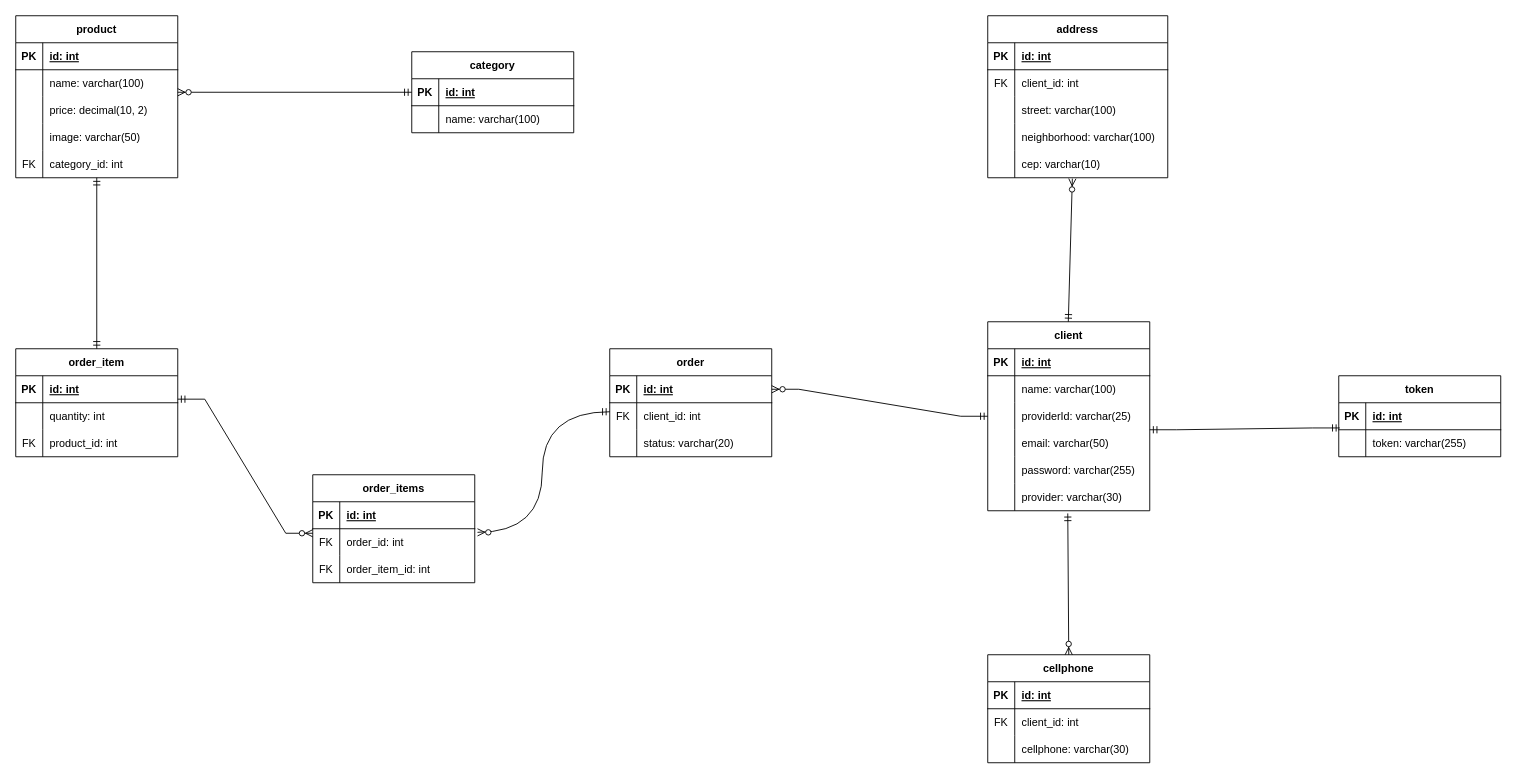
This is docs/ecommerce.drawio from PedroHenrique-git/ecommerce-api, a draw.io file, before an edit. Source tidied: cells renumbered, new cells numbered last; positions are measured from the earlier drawing's top-left corner, leaving out a move shared by most shapes. Both pictures are drawn from the tidied source at 90%, with x=0, y=0 at pixel (15, 15).
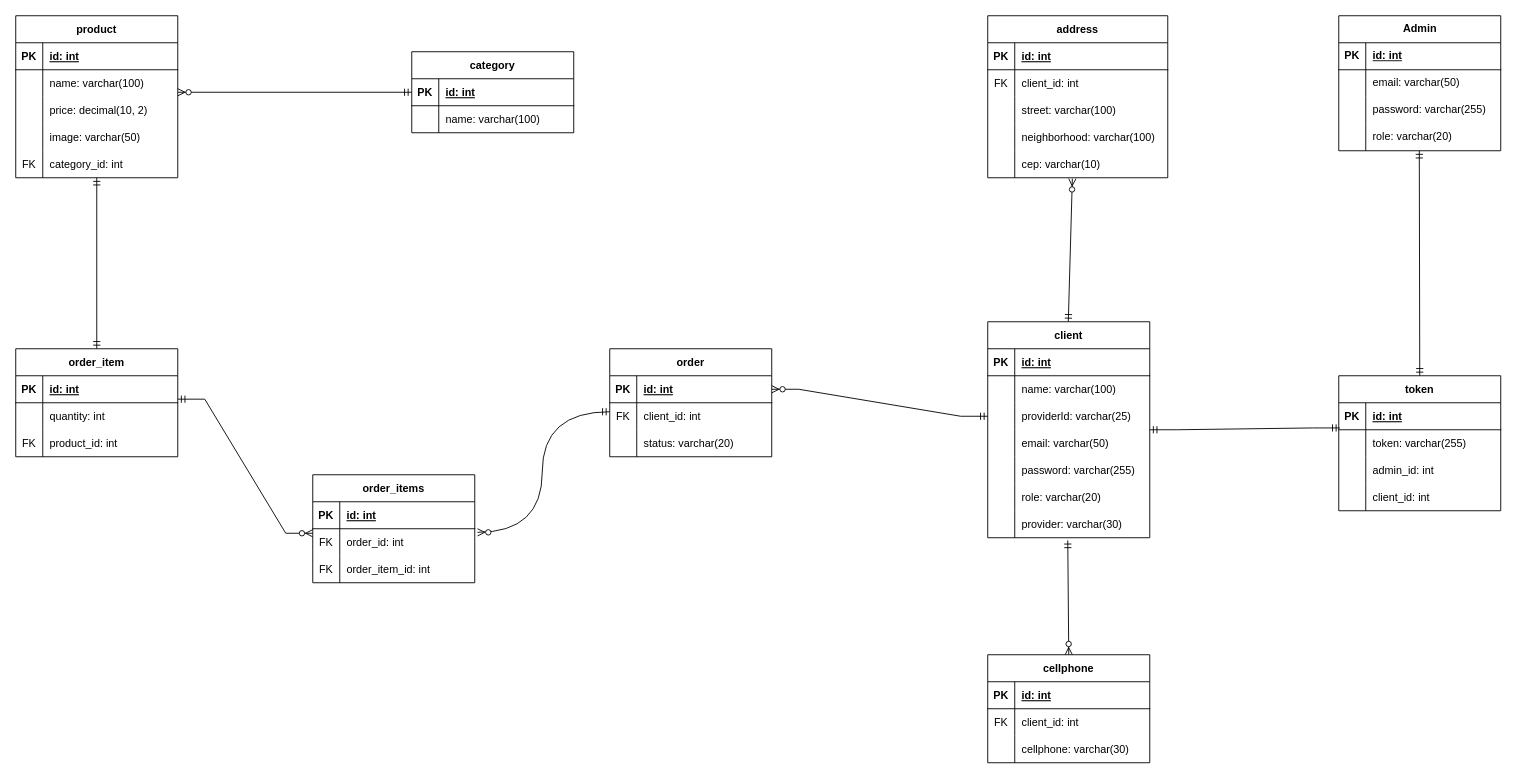
The same diagram, later.

Change to the diagram source:
```diff
@@
     <mxCell id="58" value="client" style="shape=table;startSize=30;childLayout=tableLayout;rowLines=0;fontStyle=1;align=center;" parent="1" vertex="1">
-      <mxGeometry x="1080" y="340" width="180" height="210" as="geometry" />
+      <mxGeometry x="1080" y="340" width="180" height="240" as="geometry" />
     </mxCell>
@@
+    <mxCell id="115" style="shape=tableRow;horizontal=0;startSize=0;swimlaneHead=0;swimlaneBody=0;fillColor=none;top=0;left=0;right=0;bottom=0;" parent="58" vertex="1">
+      <mxGeometry y="180" width="180" height="30" as="geometry" />
+    </mxCell>
+    <mxCell id="116" style="shape=partialRectangle;fillColor=none;top=0;left=0;bottom=0;right=0;overflow=hidden;" parent="115" vertex="1">
+      <mxGeometry width="30" height="30" as="geometry" />
+    </mxCell>
+    <mxCell id="117" value="role: varchar(20)" style="shape=partialRectangle;fillColor=none;top=0;left=0;bottom=0;right=0;align=left;spacingLeft=6;overflow=hidden;" parent="115" vertex="1">
+      <mxGeometry x="30" width="150" height="30" as="geometry" />
+    </mxCell>
     <mxCell id="74" style="shape=tableRow;horizontal=0;startSize=0;swimlaneHead=0;swimlaneBody=0;fillColor=none;points=[[0,0.5],[1,0.5]];portConstraint=eastwest;top=0;left=0;right=0;bottom=0;" parent="58" vertex="1">
-      <mxGeometry y="180" width="180" height="30" as="geometry" />
+      <mxGeometry y="210" width="180" height="30" as="geometry" />
     </mxCell>
@@
     <mxCell id="79" value="token" style="shape=table;startSize=30;childLayout=tableLayout;rowLines=0;fontStyle=1;align=center;" parent="1" vertex="1">
-      <mxGeometry x="1470" y="400" width="180" height="90" as="geometry" />
+      <mxGeometry x="1470" y="400" width="180" height="150" as="geometry" />
     </mxCell>
@@
+    <mxCell id="118" style="shape=tableRow;horizontal=0;startSize=0;swimlaneHead=0;swimlaneBody=0;fillColor=none;top=0;left=0;right=0;bottom=0;" parent="79" vertex="1">
+      <mxGeometry y="90" width="180" height="30" as="geometry" />
+    </mxCell>
+    <mxCell id="119" style="shape=partialRectangle;fillColor=none;top=0;left=0;bottom=0;right=0;overflow=hidden;" parent="118" vertex="1">
+      <mxGeometry width="30" height="30" as="geometry" />
+    </mxCell>
+    <mxCell id="120" value="admin_id: int" style="shape=partialRectangle;fillColor=none;top=0;left=0;bottom=0;right=0;align=left;spacingLeft=6;overflow=hidden;" parent="118" vertex="1">
+      <mxGeometry x="30" width="150" height="30" as="geometry" />
+    </mxCell>
+    <mxCell id="121" style="shape=tableRow;horizontal=0;startSize=0;swimlaneHead=0;swimlaneBody=0;fillColor=none;top=0;left=0;right=0;bottom=0;" parent="79" vertex="1">
+      <mxGeometry y="120" width="180" height="30" as="geometry" />
+    </mxCell>
+    <mxCell id="122" style="shape=partialRectangle;fillColor=none;top=0;left=0;bottom=0;right=0;overflow=hidden;" parent="121" vertex="1">
+      <mxGeometry width="30" height="30" as="geometry" />
+    </mxCell>
+    <mxCell id="123" value="client_id: int" style="shape=partialRectangle;fillColor=none;top=0;left=0;bottom=0;right=0;align=left;spacingLeft=6;overflow=hidden;" parent="121" vertex="1">
+      <mxGeometry x="30" width="150" height="30" as="geometry" />
+    </mxCell>
@@
+    <mxCell id="124" value="Admin" style="shape=table;startSize=30;childLayout=tableLayout;rowLines=0;fontStyle=1;align=center;html=1;" parent="1" vertex="1">
+      <mxGeometry x="1470" width="180" height="150" as="geometry" />
+    </mxCell>
+    <mxCell id="125" style="shape=tableRow;horizontal=0;startSize=0;swimlaneHead=0;swimlaneBody=0;fillColor=none;top=0;left=0;right=0;bottom=1;" parent="124" vertex="1">
+      <mxGeometry y="30" width="180" height="30" as="geometry" />
+    </mxCell>
+    <mxCell id="126" value="PK" style="shape=partialRectangle;fillColor=none;top=0;left=0;bottom=0;right=0;fontStyle=1;overflow=hidden;whiteSpace=wrap;html=1;" parent="125" vertex="1">
+      <mxGeometry width="30" height="30" as="geometry" />
+    </mxCell>
+    <mxCell id="127" value="id: int" style="shape=partialRectangle;fillColor=none;top=0;left=0;bottom=0;right=0;align=left;spacingLeft=6;fontStyle=5;overflow=hidden;whiteSpace=wrap;html=1;" parent="125" vertex="1">
+      <mxGeometry x="30" width="150" height="30" as="geometry" />
+    </mxCell>
+    <mxCell id="128" style="shape=tableRow;horizontal=0;startSize=0;swimlaneHead=0;swimlaneBody=0;fillColor=none;top=0;left=0;right=0;bottom=0;" parent="124" vertex="1">
+      <mxGeometry y="60" width="180" height="30" as="geometry" />
+    </mxCell>
+    <mxCell id="129" style="shape=partialRectangle;fillColor=none;top=0;left=0;bottom=0;right=0;overflow=hidden;whiteSpace=wrap;html=1;" parent="128" vertex="1">
+      <mxGeometry width="30" height="30" as="geometry" />
+    </mxCell>
+    <mxCell id="130" value="email: varchar(50)" style="shape=partialRectangle;fillColor=none;top=0;left=0;bottom=0;right=0;align=left;spacingLeft=6;overflow=hidden;whiteSpace=wrap;html=1;" parent="128" vertex="1">
+      <mxGeometry x="30" width="150" height="30" as="geometry" />
+    </mxCell>
+    <mxCell id="131" style="shape=tableRow;horizontal=0;startSize=0;swimlaneHead=0;swimlaneBody=0;fillColor=none;top=0;left=0;right=0;bottom=0;" parent="124" vertex="1">
+      <mxGeometry y="90" width="180" height="30" as="geometry" />
+    </mxCell>
+    <mxCell id="132" style="shape=partialRectangle;fillColor=none;top=0;left=0;bottom=0;right=0;overflow=hidden;whiteSpace=wrap;html=1;" parent="131" vertex="1">
+      <mxGeometry width="30" height="30" as="geometry" />
+    </mxCell>
+    <mxCell id="133" value="password: varchar(255)" style="shape=partialRectangle;fillColor=none;top=0;left=0;bottom=0;right=0;align=left;spacingLeft=6;overflow=hidden;whiteSpace=wrap;html=1;" parent="131" vertex="1">
+      <mxGeometry x="30" width="150" height="30" as="geometry" />
+    </mxCell>
+    <mxCell id="134" style="shape=tableRow;horizontal=0;startSize=0;swimlaneHead=0;swimlaneBody=0;fillColor=none;top=0;left=0;right=0;bottom=0;" parent="124" vertex="1">
+      <mxGeometry y="120" width="180" height="30" as="geometry" />
+    </mxCell>
+    <mxCell id="135" style="shape=partialRectangle;fillColor=none;top=0;left=0;bottom=0;right=0;overflow=hidden;whiteSpace=wrap;html=1;" parent="134" vertex="1">
+      <mxGeometry width="30" height="30" as="geometry" />
+    </mxCell>
+    <mxCell id="136" value="role: varchar(20)" style="shape=partialRectangle;fillColor=none;top=0;left=0;bottom=0;right=0;align=left;spacingLeft=6;overflow=hidden;whiteSpace=wrap;html=1;" parent="134" vertex="1">
+      <mxGeometry x="30" width="150" height="30" as="geometry" />
+    </mxCell>
+    <mxCell id="137" style="fontSize=12;html=1;endArrow=ERmandOne;startArrow=ERmandOne;rounded=0;entryX=0.5;entryY=0;entryDx=0;entryDy=0;" parent="1" edge="1" target="79">
+      <mxGeometry relative="1" as="geometry">
+        <mxPoint x="1559.5" y="150" as="sourcePoint" />
+      </mxGeometry>
+    </mxCell>
```
